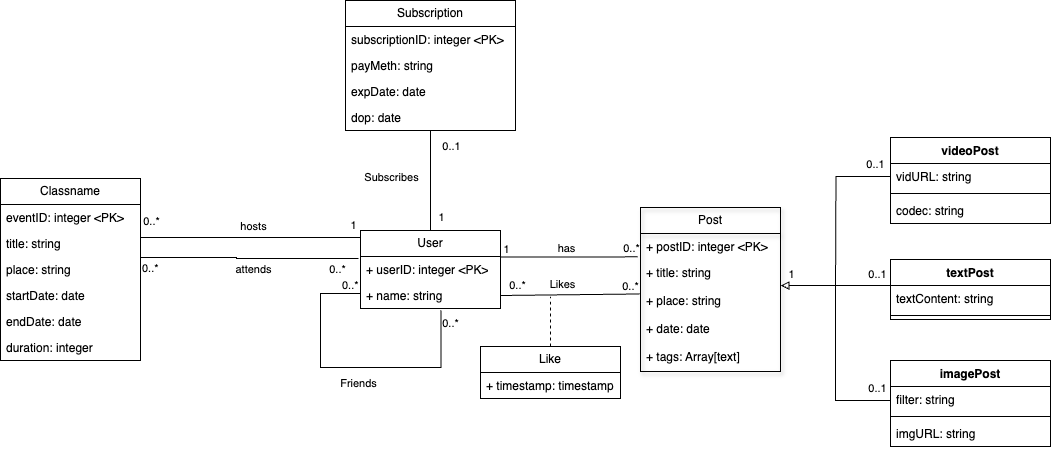
Above: hmwrk1/hmwrk1-1plus.drawio.png in faderkrumb/dbas (draw.io), before the change. Source tidied: cells renumbered, new cells last; positions are measured from the earlier drawing's top-left corner, leaving out a move shared by most shapes.
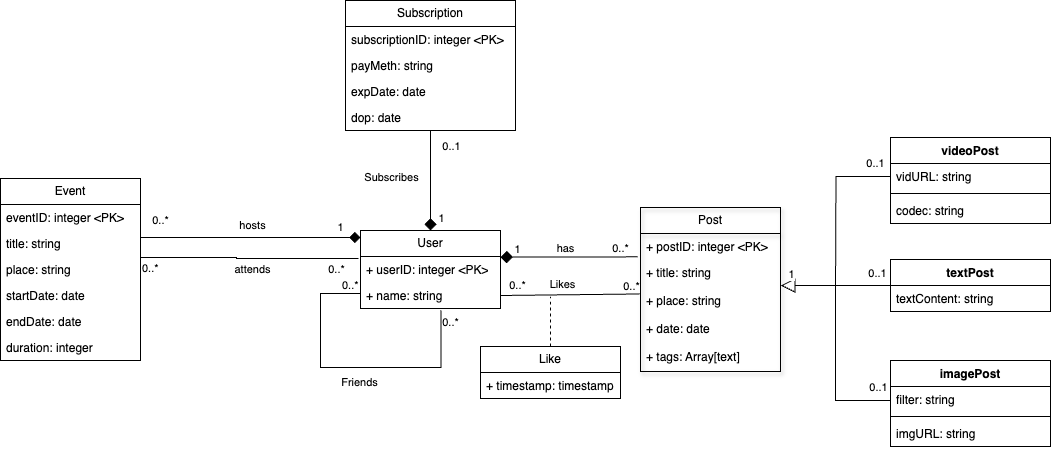
Above is the later version.

Change to the diagram source:
```diff
@@ -2,7 +2,7 @@
   <root>
     <mxCell id="0" />
     <mxCell id="1" parent="0" />
-    <mxCell id="2" style="edgeStyle=orthogonalEdgeStyle;rounded=0;jettySize=auto;html=1;exitX=1.003;exitY=-0.07;exitDx=0;exitDy=0;entryX=0;entryY=0.5;entryDx=0;entryDy=0;endArrow=none;endFill=0;startArrow=block;startFill=0;exitPerimeter=0;" parent="1" edge="1" source="8">
+    <mxCell id="2" style="edgeStyle=orthogonalEdgeStyle;rounded=0;jettySize=auto;html=1;exitX=1.003;exitY=-0.07;exitDx=0;exitDy=0;entryX=0;entryY=0.5;entryDx=0;entryDy=0;endArrow=none;endFill=0;startArrow=block;startFill=0;exitPerimeter=0;startSize=12;" parent="1" edge="1" source="8">
       <mxGeometry relative="1" as="geometry">
         <mxPoint x="890" y="400" as="targetPoint" />
         <Array as="points">
@@ -48,17 +48,17 @@
     <mxCell id="13" value="+ name: string" style="text;strokeColor=none;fillColor=none;align=left;verticalAlign=top;spacingLeft=4;spacingRight=4;overflow=hidden;points=[[0,0.5],[1,0.5]];portConstraint=eastwest;whiteSpace=wrap;html=1;" parent="11" vertex="1">
       <mxGeometry y="52" width="140" height="26" as="geometry" />
     </mxCell>
-    <mxCell id="14" style="endArrow=none;endFill=0;html=1;align=center;verticalAlign=middle;rounded=0;strokeColor=default;endSize=6;startSize=6;sourcePerimeterSpacing=0;targetPerimeterSpacing=0;jumpStyle=none;jumpSize=0;entryX=-0.02;entryY=0.898;entryDx=0;entryDy=0;entryPerimeter=0;exitX=1;exitY=0.024;exitDx=0;exitDy=0;exitPerimeter=0;" parent="1" edge="1" source="12" target="6">
+    <mxCell id="14" style="endArrow=none;endFill=0;html=1;align=center;verticalAlign=middle;rounded=0;strokeColor=default;endSize=6;startSize=10;sourcePerimeterSpacing=0;targetPerimeterSpacing=0;jumpStyle=none;jumpSize=0;entryX=-0.02;entryY=0.898;entryDx=0;entryDy=0;entryPerimeter=0;exitX=1;exitY=0.024;exitDx=0;exitDy=0;exitPerimeter=0;startArrow=diamond;startFill=1;" parent="1" edge="1" source="12" target="6">
       <mxGeometry x="-1" relative="1" as="geometry" />
     </mxCell>
     <mxCell id="15" value="1" style="edgeLabel;html=1;align=center;verticalAlign=bottom;spacingLeft=-7;" parent="14" vertex="1">
       <mxGeometry x="-1" relative="1" as="geometry">
-        <mxPoint x="9" as="offset" />
+        <mxPoint x="20" as="offset" />
       </mxGeometry>
     </mxCell>
     <mxCell id="16" value="0..*" style="edgeLabel;html=1;align=center;verticalAlign=middle;" parent="14" vertex="1">
       <mxGeometry x="0.78" y="-2" relative="1" as="geometry">
-        <mxPoint x="8" y="-11" as="offset" />
+        <mxPoint x="-2" y="-11" as="offset" />
       </mxGeometry>
     </mxCell>
     <mxCell id="17" value="has" style="edgeLabel;html=1;align=center;verticalAlign=middle;" parent="14" vertex="1">
@@ -72,7 +72,7 @@
     <mxCell id="19" value="+ timestamp: timestamp" style="text;strokeColor=none;fillColor=none;align=left;verticalAlign=top;spacingLeft=4;spacingRight=4;overflow=hidden;whiteSpace=wrap;html=1;" parent="18" vertex="1">
       <mxGeometry y="26" width="140" height="26" as="geometry" />
     </mxCell>
-    <mxCell id="20" value="Classname" style="swimlane;fontStyle=0;horizontal=1;startSize=26;fillColor=none;whiteSpace=wrap;html=1;" parent="1" vertex="1">
+    <mxCell id="20" value="Event" style="swimlane;fontStyle=0;horizontal=1;startSize=26;fillColor=none;whiteSpace=wrap;html=1;" parent="1" vertex="1">
       <mxGeometry y="178" width="140" height="182" as="geometry" />
     </mxCell>
     <mxCell id="21" value="eventID: integer &amp;lt;PK&amp;gt;" style="text;strokeColor=none;fillColor=none;align=left;verticalAlign=top;spacingLeft=4;spacingRight=4;overflow=hidden;whiteSpace=wrap;html=1;" parent="20" vertex="1">
@@ -93,8 +93,10 @@
     <mxCell id="26" value="duration: integer" style="text;strokeColor=none;fillColor=none;align=left;verticalAlign=top;spacingLeft=4;spacingRight=4;overflow=hidden;whiteSpace=wrap;html=1;" parent="20" vertex="1">
       <mxGeometry y="156" width="140" height="26" as="geometry" />
     </mxCell>
-    <mxCell id="27" style="edgeStyle=orthogonalEdgeStyle;rounded=0;jettySize=auto;html=1;exitX=0;exitY=0.5;exitDx=0;exitDy=0;entryX=1;entryY=0.5;entryDx=0;entryDy=0;endArrow=none;endFill=0;" parent="1" edge="1" source="12" target="23">
+    <mxCell id="27" style="edgeStyle=orthogonalEdgeStyle;rounded=0;orthogonalLoop=1;jettySize=auto;html=1;endArrow=none;endFill=0;startArrow=diamond;startFill=1;startSize=9;" parent="1" edge="1">
       <mxGeometry relative="1" as="geometry">
+        <mxPoint x="360" y="237" as="sourcePoint" />
+        <mxPoint x="140" y="237" as="targetPoint" />
         <Array as="points">
           <mxPoint x="360" y="237" />
           <mxPoint x="140" y="237" />
@@ -103,7 +105,7 @@
     </mxCell>
     <mxCell id="28" value="1" style="edgeLabel;html=1;align=center;verticalAlign=middle;" parent="27" vertex="1">
       <mxGeometry x="-0.83" relative="1" as="geometry">
-        <mxPoint x="-8" y="-20" as="offset" />
+        <mxPoint x="-1" y="-10" as="offset" />
       </mxGeometry>
     </mxCell>
     <mxCell id="29" value="hosts" style="edgeLabel;html=1;align=center;verticalAlign=middle;" parent="27" vertex="1">
@@ -113,7 +115,7 @@
     </mxCell>
     <mxCell id="30" value="0..*" style="edgeLabel;html=1;align=center;verticalAlign=middle;" parent="27" vertex="1">
       <mxGeometry x="0.77" y="-1" relative="1" as="geometry">
-        <mxPoint x="11" y="-16" as="offset" />
+        <mxPoint x="-5" y="-16" as="offset" />
       </mxGeometry>
     </mxCell>
     <mxCell id="31" style="endArrow=none;html=1;rounded=0;exitX=1;exitY=0.5;exitDx=0;exitDy=0;entryX=-0.005;entryY=0.231;entryDx=0;entryDy=0;entryPerimeter=0;endFill=0;strokeWidth=1;startSize=6;sourcePerimeterSpacing=0;" parent="1" edge="1" source="13" target="8">
@@ -126,7 +128,7 @@
     </mxCell>
     <mxCell id="33" value="0..*" style="edgeLabel;html=1;align=center;verticalAlign=middle;" parent="31" vertex="1">
       <mxGeometry x="0.9" y="1" relative="1" as="geometry">
-        <mxPoint x="-3" y="-7" as="offset" />
+        <mxPoint x="-2" y="-7" as="offset" />
       </mxGeometry>
     </mxCell>
     <mxCell id="34" value="Likes" style="edgeLabel;html=1;align=center;verticalAlign=middle;" parent="31" vertex="1">
@@ -152,14 +154,11 @@
       <mxGeometry y="60" width="160" height="26" as="geometry" />
     </mxCell>
     <mxCell id="40" value="textPost" style="swimlane;fontStyle=1;align=center;verticalAlign=top;horizontal=1;startSize=26;whiteSpace=wrap;html=1;" parent="1" vertex="1">
-      <mxGeometry x="890" y="259" width="160" height="60" as="geometry" />
+      <mxGeometry x="890" y="259" width="160" height="52" as="geometry" />
     </mxCell>
     <mxCell id="41" value="textContent: string" style="text;strokeColor=none;fillColor=none;align=left;verticalAlign=top;spacingLeft=4;spacingRight=4;overflow=hidden;whiteSpace=wrap;html=1;" parent="40" vertex="1">
       <mxGeometry y="26" width="160" height="26" as="geometry" />
     </mxCell>
-    <mxCell id="42" style="line;strokeWidth=1;fillColor=none;align=left;verticalAlign=middle;spacingTop=-1;spacingLeft=3;spacingRight=3;labelPosition=right;strokeColor=inherit;" parent="40" vertex="1">
-      <mxGeometry y="52" width="160" height="8" as="geometry" />
-    </mxCell>
     <mxCell id="43" value="videoPost" style="swimlane;fontStyle=1;align=center;verticalAlign=top;horizontal=1;startSize=26;whiteSpace=wrap;html=1;" parent="1" vertex="1">
       <mxGeometry x="890" y="137" width="160" height="86" as="geometry" />
     </mxCell>
@@ -245,7 +244,7 @@
         <mxPoint y="14" as="offset" />
       </mxGeometry>
     </mxCell>
-    <mxCell id="59" style="edgeStyle=orthogonalEdgeStyle;rounded=0;jettySize=auto;html=1;entryX=0.5;entryY=0;entryDx=0;entryDy=0;endArrow=none;endFill=0;" parent="1" edge="1" source="63">
+    <mxCell id="59" style="edgeStyle=orthogonalEdgeStyle;rounded=0;jettySize=auto;html=1;entryX=0.5;entryY=0;entryDx=0;entryDy=0;endArrow=diamond;endFill=1;startSize=6;endSize=10;" parent="1" edge="1" source="63">
       <mxGeometry relative="1" as="geometry">
         <mxPoint x="430" y="230" as="targetPoint" />
       </mxGeometry>
```
